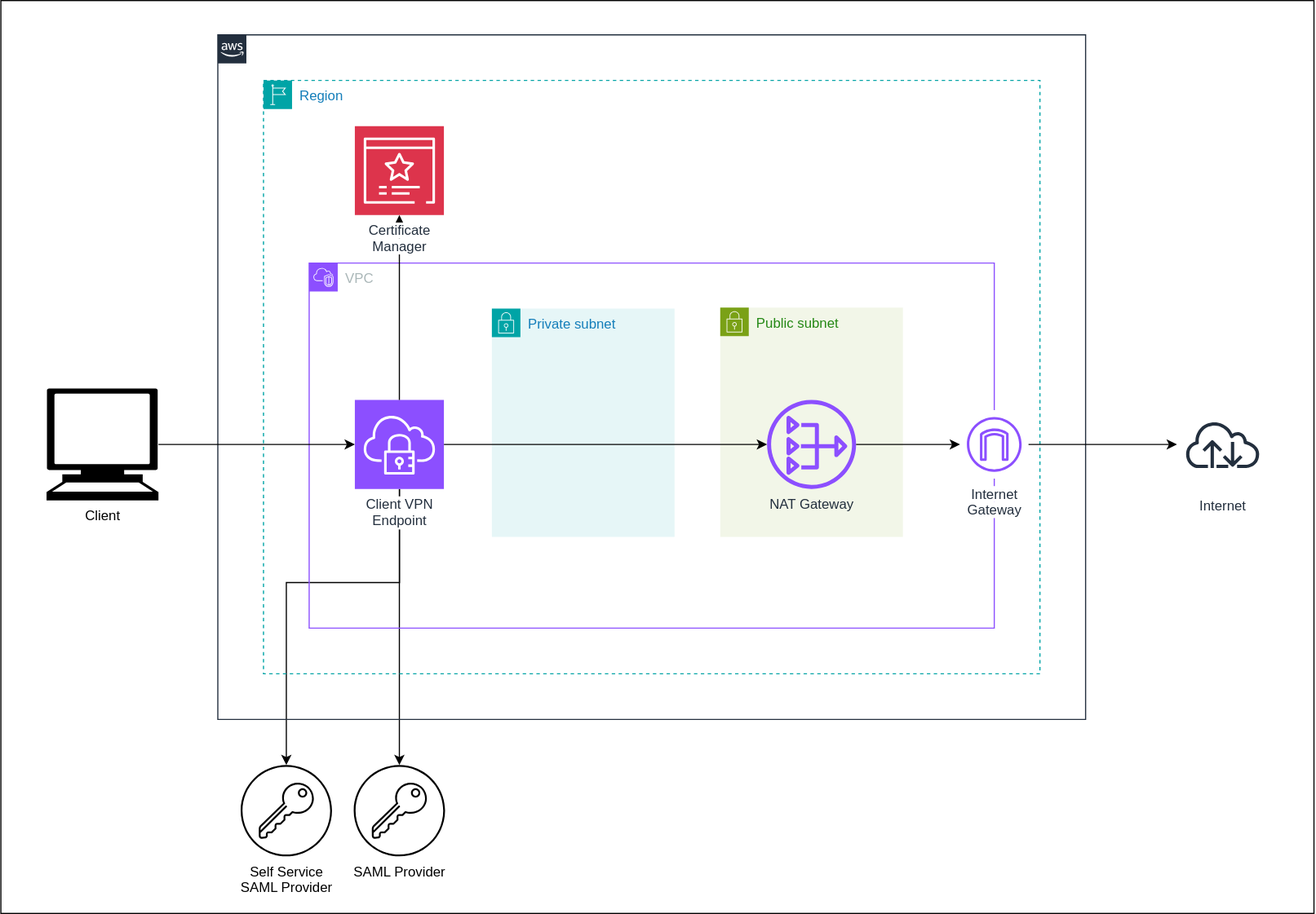
s-hys31/AWS-Client-VPN-with-Terraform keeps this draw.io diagram as architecture.drawio.svg. Above is the earlier version. Source tidied: cells renumbered, new cells last; positions are measured from the earlier drawing's top-left corner, leaving out a move shared by most shapes.
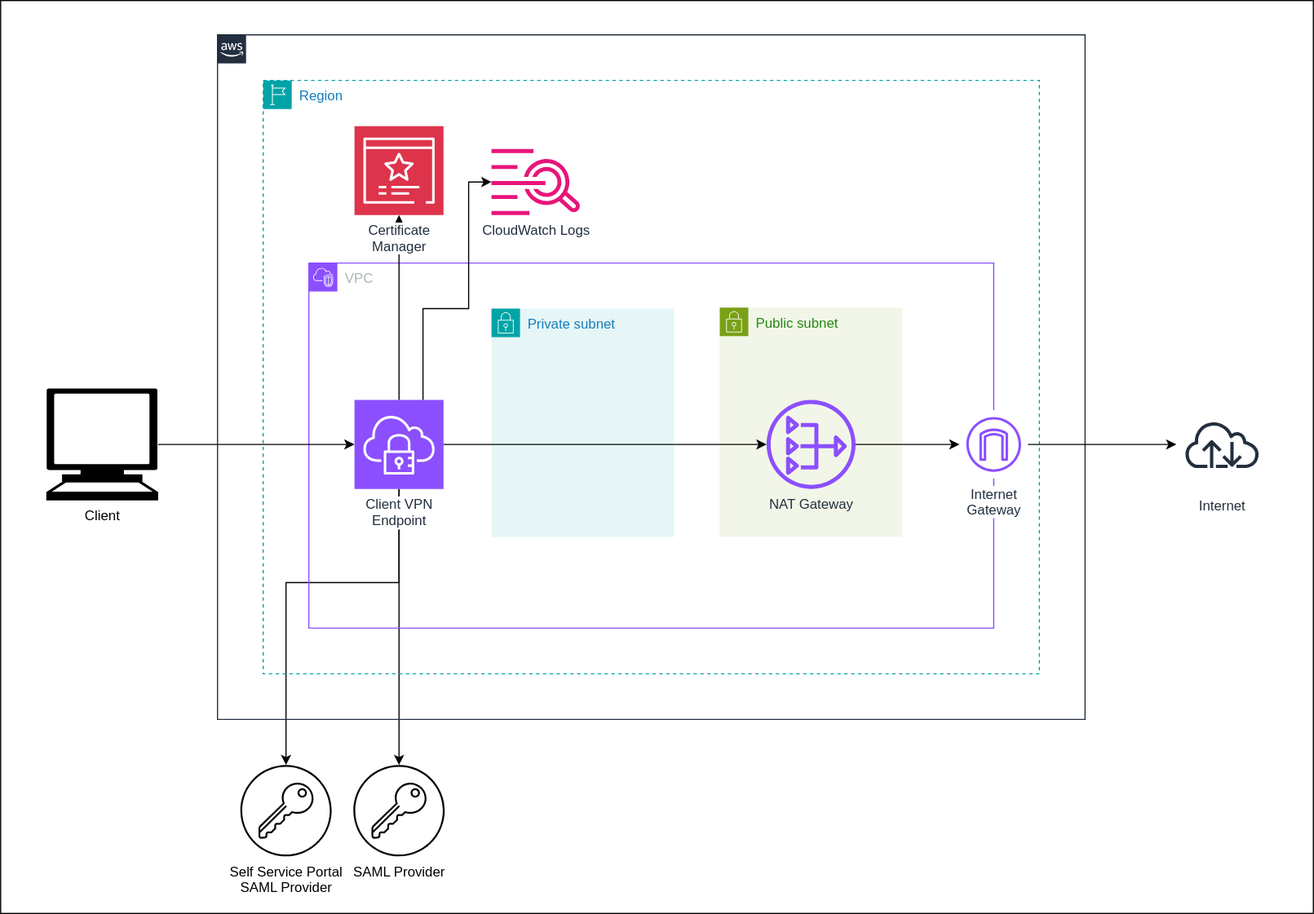
The same diagram one commit later.

Commit message:
No code changes detected

Change to the diagram source:
```diff
@@ -52,10 +52,22 @@
     <mxCell id="16" value="&lt;span style=&quot;background-color: rgb(255, 255, 255);&quot;&gt;Certificate&lt;br&gt;Manager&lt;/span&gt;" style="sketch=0;points=[[0,0,0],[0.25,0,0],[0.5,0,0],[0.75,0,0],[1,0,0],[0,1,0],[0.25,1,0],[0.5,1,0],[0.75,1,0],[1,1,0],[0,0.25,0],[0,0.5,0],[0,0.75,0],[1,0.25,0],[1,0.5,0],[1,0.75,0]];outlineConnect=0;fontColor=#232F3E;fillColor=#DD344C;strokeColor=#ffffff;dashed=0;verticalLabelPosition=bottom;verticalAlign=top;align=center;html=1;fontSize=12;fontStyle=0;shape=mxgraph.aws4.resourceIcon;resIcon=mxgraph.aws4.certificate_manager_3;" parent="6" vertex="1">
       <mxGeometry x="80" y="40" width="78" height="78" as="geometry" />
     </mxCell>
+    <mxCell id="23" value="CloudWatch Logs" style="sketch=0;outlineConnect=0;fontColor=#232F3E;gradientColor=none;fillColor=#E7157B;strokeColor=none;dashed=0;verticalLabelPosition=bottom;verticalAlign=top;align=center;html=1;fontSize=12;fontStyle=0;shape=mxgraph.aws4.cloudwatch_logs;" parent="6" vertex="1">
+      <mxGeometry x="200" y="60" width="78" height="58" as="geometry" />
+    </mxCell>
+    <mxCell id="24" style="edgeStyle=orthogonalEdgeStyle;rounded=0;jettySize=auto;html=1;" parent="6" edge="1" source="14" target="23">
+      <mxGeometry relative="1" as="geometry">
+        <Array as="points">
+          <mxPoint x="140" y="200" />
+          <mxPoint x="180" y="200" />
+          <mxPoint x="180" y="89" />
+        </Array>
+      </mxGeometry>
+    </mxCell>
     <mxCell id="17" value="SAML Provider" style="sketch=0;verticalLabelPosition=bottom;sketch=0;html=1;verticalAlign=top;strokeColor=none;fillColor=#000000;align=center;outlineConnect=0;shape=mxgraph.citrix2.authentication_saml;" parent="1" vertex="1">
       <mxGeometry x="309" y="670" width="80" height="80" as="geometry" />
     </mxCell>
-    <mxCell id="18" value="Self Service&lt;br&gt;SAML Provider" style="sketch=0;verticalLabelPosition=bottom;sketch=0;html=1;verticalAlign=top;strokeColor=none;fillColor=#000000;align=center;outlineConnect=0;shape=mxgraph.citrix2.authentication_saml;" parent="1" vertex="1">
+    <mxCell id="18" value="Self Service Portal&lt;br&gt;SAML Provider" style="sketch=0;verticalLabelPosition=bottom;sketch=0;html=1;verticalAlign=top;strokeColor=none;fillColor=#000000;align=center;outlineConnect=0;shape=mxgraph.citrix2.authentication_saml;" parent="1" vertex="1">
       <mxGeometry x="210" y="670" width="80" height="80" as="geometry" />
     </mxCell>
     <mxCell id="19" value="Internet" style="sketch=0;outlineConnect=0;fontColor=#232F3E;gradientColor=none;strokeColor=#232F3E;fillColor=#ffffff;dashed=0;verticalLabelPosition=bottom;verticalAlign=top;align=center;html=1;fontSize=12;fontStyle=0;shape=mxgraph.aws4.resourceIcon;resIcon=mxgraph.aws4.internet;" parent="1" vertex="1">
```
